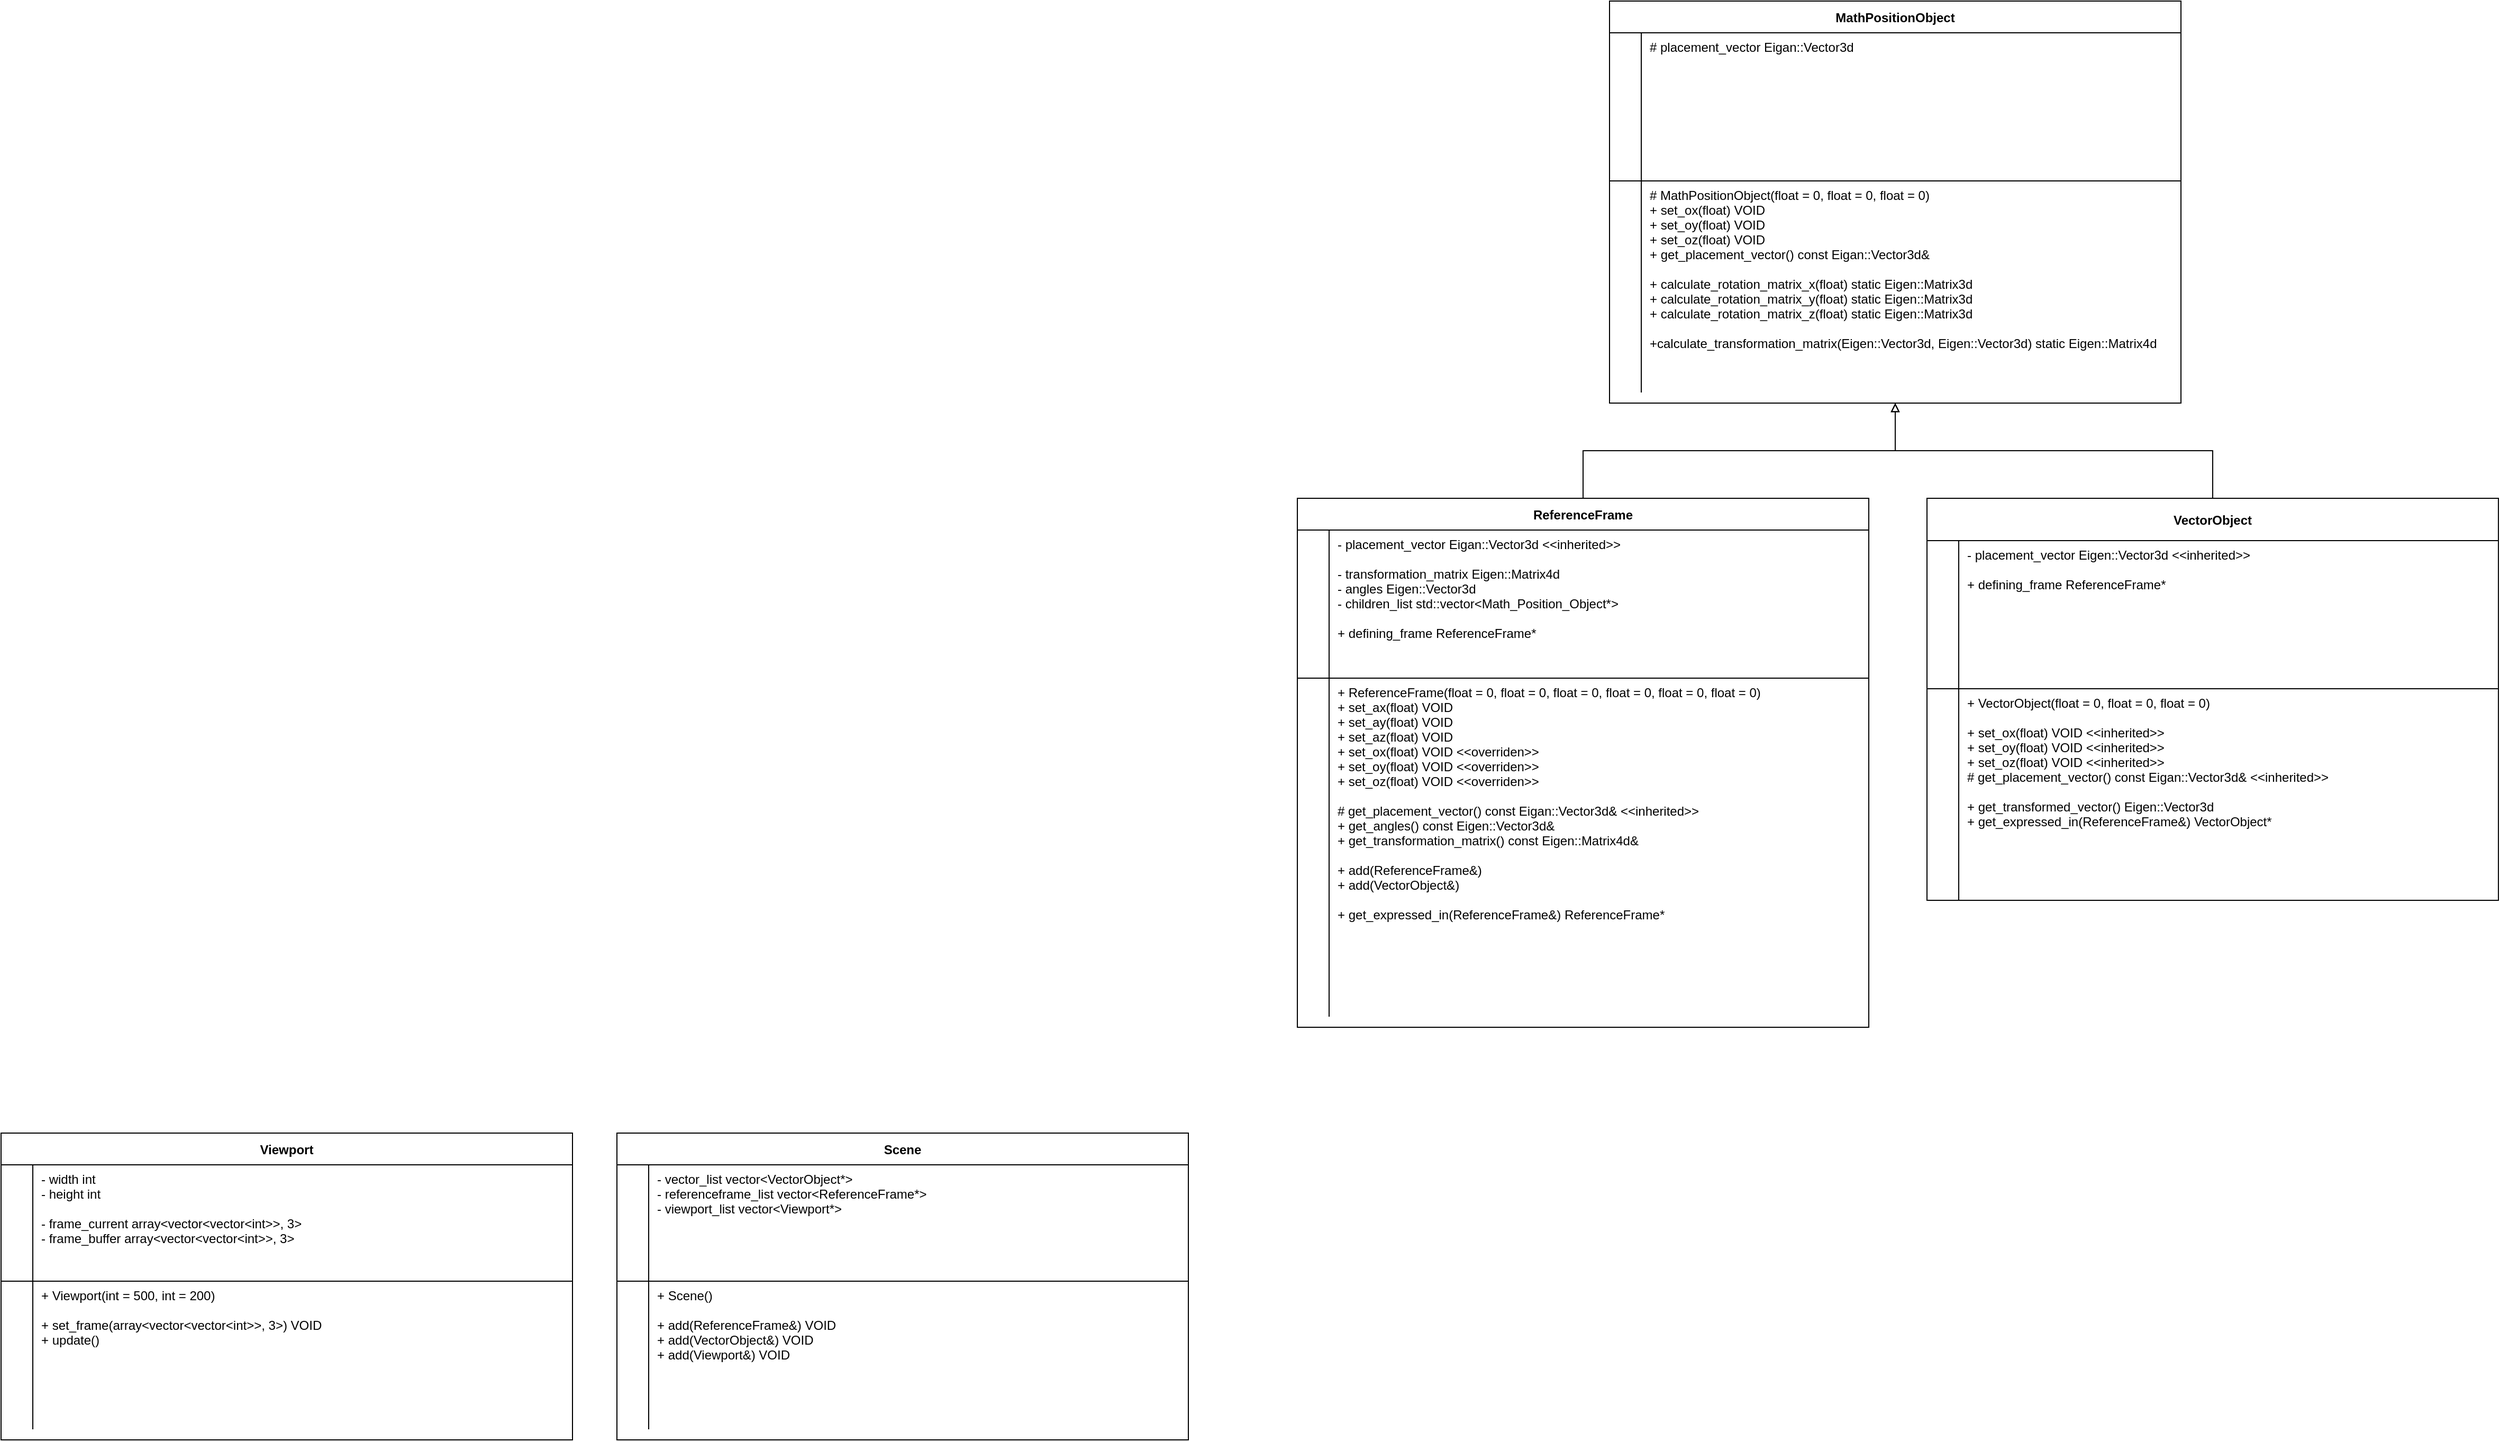
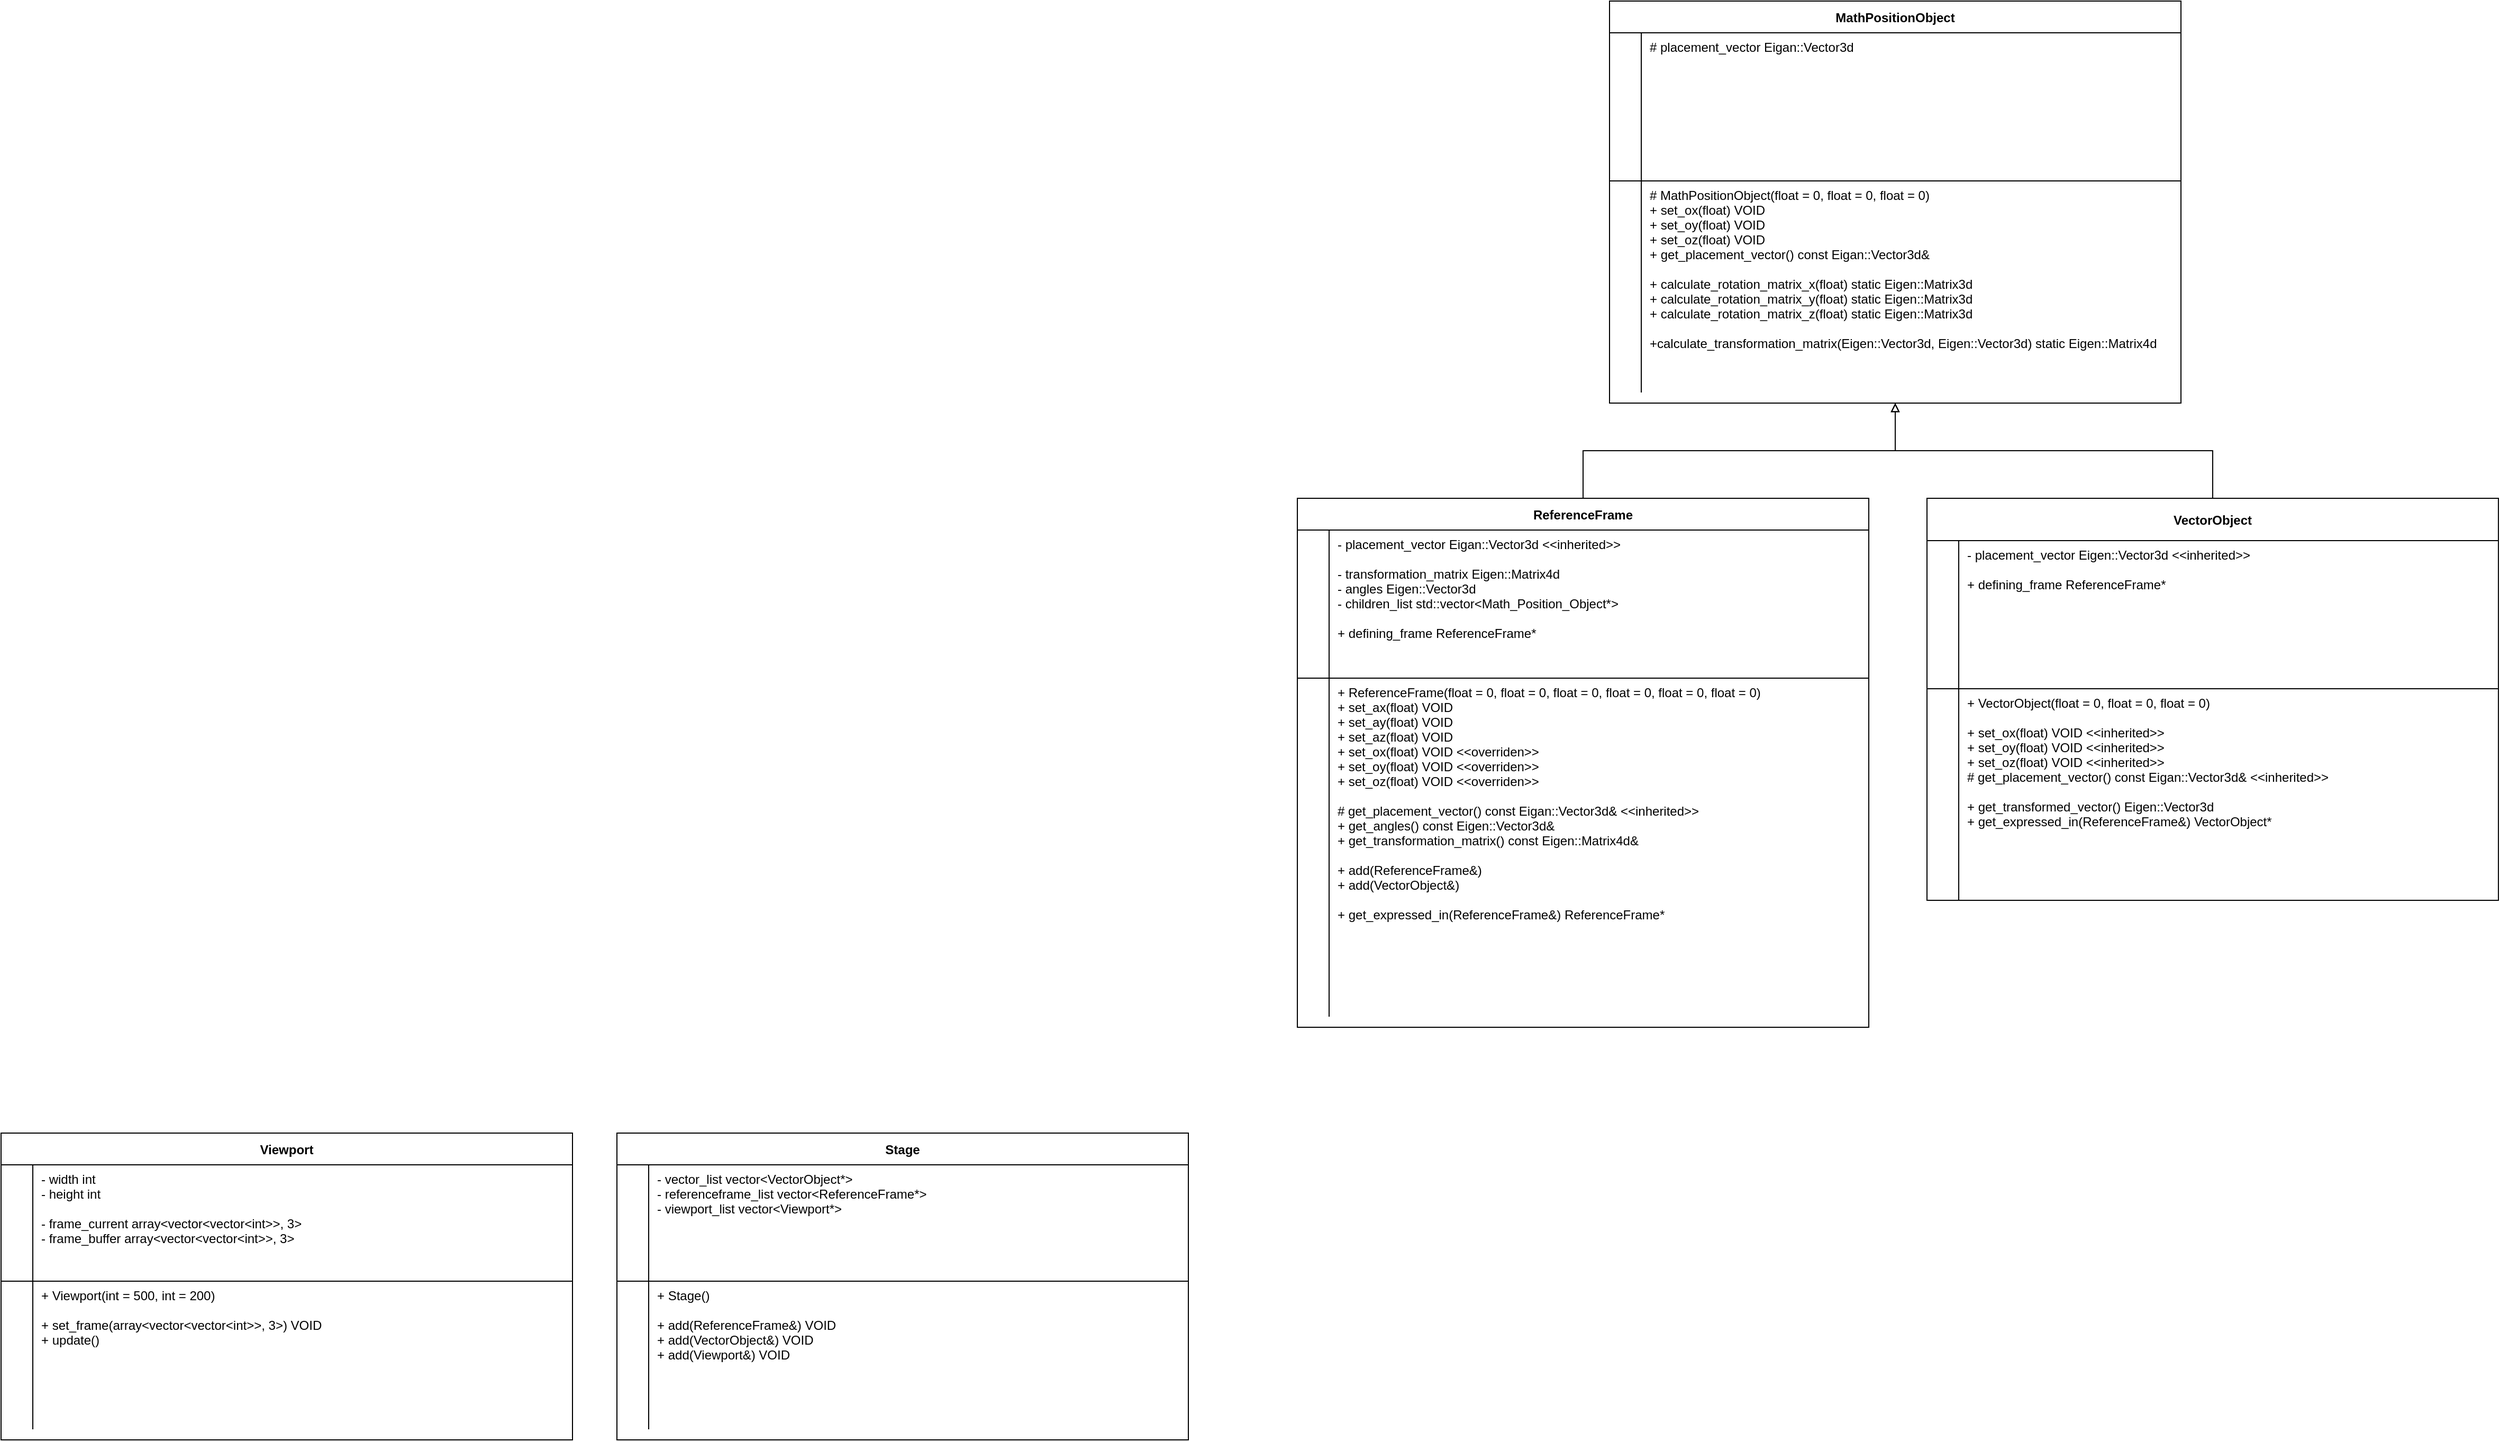
- <mxfile host="app.diagrams.net" modified="2024-07-12T13:08:44.133Z" agent="Mozilla/5.0 (Windows NT 10.0; Win64; x64) AppleWebKit/537.36 (KHTML, like Gecko) Chrome/126.0.0.0 Safari/537.36" version="24.6.4" etag="rnqgB9vRBvM5RmhBeCv0" type="github">
+ <mxfile host="app.diagrams.net" modified="2024-07-12T13:17:55.157Z" agent="Mozilla/5.0 (Windows NT 10.0; Win64; x64) AppleWebKit/537.36 (KHTML, like Gecko) Chrome/126.0.0.0 Safari/537.36" version="24.6.4" etag="ja4IhKB87yqS3VWQHMbq" type="github">
  <diagram id="R2lEEEUBdFMjLlhIrx00" name="Page-1">
-     <mxGraphModel dx="3003" dy="2405" grid="1" gridSize="10" guides="1" tooltips="1" connect="1" arrows="1" fold="1" page="1" pageScale="1" pageWidth="850" pageHeight="1100" math="0" shadow="0" extFonts="Permanent Marker^https://fonts.googleapis.com/css?family=Permanent+Marker">
+     <mxGraphModel dx="2313" dy="1714" grid="1" gridSize="10" guides="1" tooltips="1" connect="1" arrows="1" fold="1" page="1" pageScale="1" pageWidth="850" pageHeight="1100" math="0" shadow="0" extFonts="Permanent Marker^https://fonts.googleapis.com/css?family=Permanent+Marker">
      <root>
        <mxCell id="0" />
        <mxCell id="1" parent="0" />
        <mxCell id="okh86VpJrS4wdpOfNebr-22" style="edgeStyle=orthogonalEdgeStyle;rounded=0;orthogonalLoop=1;jettySize=auto;html=1;exitX=0.5;exitY=0;exitDx=0;exitDy=0;entryX=0.5;entryY=1;entryDx=0;entryDy=0;endArrow=block;endFill=0;" parent="1" source="C-vyLk0tnHw3VtMMgP7b-23" target="okh86VpJrS4wdpOfNebr-15" edge="1">
          <mxGeometry relative="1" as="geometry" />
        </mxCell>
        <mxCell id="C-vyLk0tnHw3VtMMgP7b-23" value="ReferenceFrame" style="shape=table;startSize=30;container=1;collapsible=1;childLayout=tableLayout;fixedRows=1;rowLines=0;fontStyle=1;align=center;resizeLast=1;" parent="1" vertex="1">
          <mxGeometry x="155" y="10" width="540" height="500" as="geometry">
            <mxRectangle x="20" y="120" width="140" height="30" as="alternateBounds" />
          </mxGeometry>
        </mxCell>
        <mxCell id="C-vyLk0tnHw3VtMMgP7b-24" value="" style="shape=partialRectangle;collapsible=0;dropTarget=0;pointerEvents=0;fillColor=none;points=[[0,0.5],[1,0.5]];portConstraint=eastwest;top=0;left=0;right=0;bottom=1;" parent="C-vyLk0tnHw3VtMMgP7b-23" vertex="1">
          <mxGeometry y="30" width="540" height="140" as="geometry" />
        </mxCell>
        <mxCell id="C-vyLk0tnHw3VtMMgP7b-25" value="" style="shape=partialRectangle;overflow=hidden;connectable=0;fillColor=none;top=0;left=0;bottom=0;right=0;fontStyle=1;" parent="C-vyLk0tnHw3VtMMgP7b-24" vertex="1">
          <mxGeometry width="30" height="140" as="geometry">
            <mxRectangle width="30" height="140" as="alternateBounds" />
          </mxGeometry>
        </mxCell>
        <mxCell id="C-vyLk0tnHw3VtMMgP7b-26" value="- placement_vector Eigan::Vector3d &lt;&lt;inherited&gt;&gt;&#xa;&#xa;- transformation_matrix Eigen::Matrix4d&#xa;- angles Eigen::Vector3d&#xa;- children_list std::vector&lt;Math_Position_Object*&gt;&#xa;&#xa;+ defining_frame ReferenceFrame*&#xa;" style="shape=partialRectangle;overflow=hidden;connectable=0;fillColor=none;top=0;left=0;bottom=0;right=0;align=left;spacingLeft=6;fontStyle=0;verticalAlign=top;" parent="C-vyLk0tnHw3VtMMgP7b-24" vertex="1">
          <mxGeometry x="30" width="510" height="140" as="geometry">
            <mxRectangle width="510" height="140" as="alternateBounds" />
          </mxGeometry>
        </mxCell>
        <mxCell id="C-vyLk0tnHw3VtMMgP7b-27" value="" style="shape=partialRectangle;collapsible=0;dropTarget=0;pointerEvents=0;fillColor=none;points=[[0,0.5],[1,0.5]];portConstraint=eastwest;top=0;left=0;right=0;bottom=0;" parent="C-vyLk0tnHw3VtMMgP7b-23" vertex="1">
          <mxGeometry y="170" width="540" height="320" as="geometry" />
        </mxCell>
        <mxCell id="C-vyLk0tnHw3VtMMgP7b-28" value="" style="shape=partialRectangle;overflow=hidden;connectable=0;fillColor=none;top=0;left=0;bottom=0;right=0;" parent="C-vyLk0tnHw3VtMMgP7b-27" vertex="1">
          <mxGeometry width="30" height="320" as="geometry">
            <mxRectangle width="30" height="320" as="alternateBounds" />
          </mxGeometry>
        </mxCell>
        <mxCell id="C-vyLk0tnHw3VtMMgP7b-29" value="+ ReferenceFrame(float = 0, float = 0, float = 0, float = 0, float = 0, float = 0)&#xa;+ set_ax(float) VOID&#xa;+ set_ay(float) VOID&#xa;+ set_az(float) VOID&#xa;+ set_ox(float) VOID &lt;&lt;overriden&gt;&gt;&#xa;+ set_oy(float) VOID &lt;&lt;overriden&gt;&gt;&#xa;+ set_oz(float) VOID &lt;&lt;overriden&gt;&gt;&#xa;&#xa;# get_placement_vector() const Eigan::Vector3d&amp; &lt;&lt;inherited&gt;&gt;&#xa;+ get_angles() const Eigen::Vector3d&amp;&#xa;+ get_transformation_matrix() const Eigen::Matrix4d&amp;&#xa;&#xa;+ add(ReferenceFrame&amp;)&#xa;+ add(VectorObject&amp;)&#xa;&#xa;+ get_expressed_in(ReferenceFrame&amp;) ReferenceFrame*&#xa;" style="shape=partialRectangle;overflow=hidden;connectable=0;fillColor=none;top=0;left=0;bottom=0;right=0;align=left;spacingLeft=6;verticalAlign=top;" parent="C-vyLk0tnHw3VtMMgP7b-27" vertex="1">
          <mxGeometry x="30" width="510" height="320" as="geometry">
            <mxRectangle width="510" height="320" as="alternateBounds" />
          </mxGeometry>
        </mxCell>
        <mxCell id="okh86VpJrS4wdpOfNebr-24" style="edgeStyle=orthogonalEdgeStyle;rounded=0;orthogonalLoop=1;jettySize=auto;html=1;entryX=0.5;entryY=1;entryDx=0;entryDy=0;endArrow=block;endFill=0;" parent="1" source="okh86VpJrS4wdpOfNebr-8" target="okh86VpJrS4wdpOfNebr-15" edge="1">
          <mxGeometry relative="1" as="geometry" />
        </mxCell>
        <mxCell id="okh86VpJrS4wdpOfNebr-8" value="VectorObject" style="shape=table;startSize=40;container=1;collapsible=1;childLayout=tableLayout;fixedRows=1;rowLines=0;fontStyle=1;align=center;resizeLast=1;" parent="1" vertex="1">
          <mxGeometry x="750" y="10" width="540" height="380" as="geometry">
            <mxRectangle x="20" y="120" width="140" height="30" as="alternateBounds" />
          </mxGeometry>
        </mxCell>
        <mxCell id="okh86VpJrS4wdpOfNebr-9" value="" style="shape=partialRectangle;collapsible=0;dropTarget=0;pointerEvents=0;fillColor=none;points=[[0,0.5],[1,0.5]];portConstraint=eastwest;top=0;left=0;right=0;bottom=1;" parent="okh86VpJrS4wdpOfNebr-8" vertex="1">
          <mxGeometry y="40" width="540" height="140" as="geometry" />
        </mxCell>
        <mxCell id="okh86VpJrS4wdpOfNebr-10" value="" style="shape=partialRectangle;overflow=hidden;connectable=0;fillColor=none;top=0;left=0;bottom=0;right=0;fontStyle=1;" parent="okh86VpJrS4wdpOfNebr-9" vertex="1">
          <mxGeometry width="30" height="140" as="geometry">
            <mxRectangle width="30" height="140" as="alternateBounds" />
          </mxGeometry>
        </mxCell>
        <mxCell id="okh86VpJrS4wdpOfNebr-11" value="- placement_vector Eigen::Vector3d &lt;&lt;inherited&gt;&gt;&#xa;&#xa;+ defining_frame ReferenceFrame*&#xa;" style="shape=partialRectangle;overflow=hidden;connectable=0;fillColor=none;top=0;left=0;bottom=0;right=0;align=left;spacingLeft=6;fontStyle=0;verticalAlign=top;" parent="okh86VpJrS4wdpOfNebr-9" vertex="1">
          <mxGeometry x="30" width="510" height="140" as="geometry">
            <mxRectangle width="510" height="140" as="alternateBounds" />
          </mxGeometry>
        </mxCell>
        <mxCell id="okh86VpJrS4wdpOfNebr-12" value="" style="shape=partialRectangle;collapsible=0;dropTarget=0;pointerEvents=0;fillColor=none;points=[[0,0.5],[1,0.5]];portConstraint=eastwest;top=0;left=0;right=0;bottom=0;" parent="okh86VpJrS4wdpOfNebr-8" vertex="1">
          <mxGeometry y="180" width="540" height="200" as="geometry" />
        </mxCell>
        <mxCell id="okh86VpJrS4wdpOfNebr-13" value="" style="shape=partialRectangle;overflow=hidden;connectable=0;fillColor=none;top=0;left=0;bottom=0;right=0;" parent="okh86VpJrS4wdpOfNebr-12" vertex="1">
          <mxGeometry width="30" height="200" as="geometry">
            <mxRectangle width="30" height="200" as="alternateBounds" />
          </mxGeometry>
        </mxCell>
        <mxCell id="okh86VpJrS4wdpOfNebr-14" value="+ VectorObject(float = 0, float = 0, float = 0)&#xa;&#xa;+ set_ox(float) VOID &lt;&lt;inherited&gt;&gt;&#xa;+ set_oy(float) VOID &lt;&lt;inherited&gt;&gt;&#xa;+ set_oz(float) VOID &lt;&lt;inherited&gt;&gt;&#xa;# get_placement_vector() const Eigan::Vector3d&amp; &lt;&lt;inherited&gt;&gt;&#xa;&#xa;+ get_transformed_vector() Eigen::Vector3d&#xa;+ get_expressed_in(ReferenceFrame&amp;) VectorObject*&#xa;" style="shape=partialRectangle;overflow=hidden;connectable=0;fillColor=none;top=0;left=0;bottom=0;right=0;align=left;spacingLeft=6;verticalAlign=top;" parent="okh86VpJrS4wdpOfNebr-12" vertex="1">
          <mxGeometry x="30" width="510" height="200" as="geometry">
            <mxRectangle width="510" height="200" as="alternateBounds" />
          </mxGeometry>
        </mxCell>
        <mxCell id="okh86VpJrS4wdpOfNebr-15" value="MathPositionObject" style="shape=table;startSize=30;container=1;collapsible=1;childLayout=tableLayout;fixedRows=1;rowLines=0;fontStyle=1;align=center;resizeLast=1;" parent="1" vertex="1">
          <mxGeometry x="450" y="-460" width="540" height="380" as="geometry">
            <mxRectangle x="20" y="120" width="140" height="30" as="alternateBounds" />
          </mxGeometry>
        </mxCell>
        <mxCell id="okh86VpJrS4wdpOfNebr-16" value="" style="shape=partialRectangle;collapsible=0;dropTarget=0;pointerEvents=0;fillColor=none;points=[[0,0.5],[1,0.5]];portConstraint=eastwest;top=0;left=0;right=0;bottom=1;" parent="okh86VpJrS4wdpOfNebr-15" vertex="1">
          <mxGeometry y="30" width="540" height="140" as="geometry" />
        </mxCell>
        <mxCell id="okh86VpJrS4wdpOfNebr-17" value="" style="shape=partialRectangle;overflow=hidden;connectable=0;fillColor=none;top=0;left=0;bottom=0;right=0;fontStyle=1;" parent="okh86VpJrS4wdpOfNebr-16" vertex="1">
          <mxGeometry width="30" height="140" as="geometry">
            <mxRectangle width="30" height="140" as="alternateBounds" />
          </mxGeometry>
        </mxCell>
        <mxCell id="okh86VpJrS4wdpOfNebr-18" value="# placement_vector Eigan::Vector3d" style="shape=partialRectangle;overflow=hidden;connectable=0;fillColor=none;top=0;left=0;bottom=0;right=0;align=left;spacingLeft=6;fontStyle=0;verticalAlign=top;" parent="okh86VpJrS4wdpOfNebr-16" vertex="1">
          <mxGeometry x="30" width="510" height="140" as="geometry">
            <mxRectangle width="510" height="140" as="alternateBounds" />
          </mxGeometry>
        </mxCell>
        <mxCell id="okh86VpJrS4wdpOfNebr-19" value="" style="shape=partialRectangle;collapsible=0;dropTarget=0;pointerEvents=0;fillColor=none;points=[[0,0.5],[1,0.5]];portConstraint=eastwest;top=0;left=0;right=0;bottom=0;" parent="okh86VpJrS4wdpOfNebr-15" vertex="1">
          <mxGeometry y="170" width="540" height="200" as="geometry" />
        </mxCell>
        <mxCell id="okh86VpJrS4wdpOfNebr-20" value="" style="shape=partialRectangle;overflow=hidden;connectable=0;fillColor=none;top=0;left=0;bottom=0;right=0;" parent="okh86VpJrS4wdpOfNebr-19" vertex="1">
          <mxGeometry width="30" height="200" as="geometry">
            <mxRectangle width="30" height="200" as="alternateBounds" />
          </mxGeometry>
        </mxCell>
        <mxCell id="okh86VpJrS4wdpOfNebr-21" value="# MathPositionObject(float = 0, float = 0, float = 0)&#xa;+ set_ox(float) VOID&#xa;+ set_oy(float) VOID&#xa;+ set_oz(float) VOID&#xa;+ get_placement_vector() const Eigan::Vector3d&amp;&#xa;&#xa;+ calculate_rotation_matrix_x(float) static Eigen::Matrix3d&#xa;+ calculate_rotation_matrix_y(float) static Eigen::Matrix3d&#xa;+ calculate_rotation_matrix_z(float) static Eigen::Matrix3d&#xa;&#xa;+calculate_transformation_matrix(Eigen::Vector3d, Eigen::Vector3d) static Eigen::Matrix4d" style="shape=partialRectangle;overflow=hidden;connectable=0;fillColor=none;top=0;left=0;bottom=0;right=0;align=left;spacingLeft=6;verticalAlign=top;" parent="okh86VpJrS4wdpOfNebr-19" vertex="1">
          <mxGeometry x="30" width="510" height="200" as="geometry">
            <mxRectangle width="510" height="200" as="alternateBounds" />
          </mxGeometry>
        </mxCell>
        <mxCell id="r-bQ3TE7wEd79o4w3r_l-1" value="Viewport" style="shape=table;startSize=30;container=1;collapsible=1;childLayout=tableLayout;fixedRows=1;rowLines=0;fontStyle=1;align=center;resizeLast=1;" vertex="1" parent="1">
          <mxGeometry x="-1070" y="610" width="540" height="290.0000000000002" as="geometry">
            <mxRectangle x="20" y="120" width="140" height="30" as="alternateBounds" />
          </mxGeometry>
        </mxCell>
        <mxCell id="r-bQ3TE7wEd79o4w3r_l-2" value="" style="shape=partialRectangle;collapsible=0;dropTarget=0;pointerEvents=0;fillColor=none;points=[[0,0.5],[1,0.5]];portConstraint=eastwest;top=0;left=0;right=0;bottom=1;" vertex="1" parent="r-bQ3TE7wEd79o4w3r_l-1">
          <mxGeometry y="30" width="540" height="110" as="geometry" />
        </mxCell>
        <mxCell id="r-bQ3TE7wEd79o4w3r_l-3" value="" style="shape=partialRectangle;overflow=hidden;connectable=0;fillColor=none;top=0;left=0;bottom=0;right=0;fontStyle=1;" vertex="1" parent="r-bQ3TE7wEd79o4w3r_l-2">
          <mxGeometry width="30" height="110" as="geometry">
            <mxRectangle width="30" height="110" as="alternateBounds" />
          </mxGeometry>
        </mxCell>
        <mxCell id="r-bQ3TE7wEd79o4w3r_l-4" value="- width int&#xa;- height int&#xa;&#xa;- frame_current array&lt;vector&lt;vector&lt;int&gt;&gt;, 3&gt;&#xa;- frame_buffer array&lt;vector&lt;vector&lt;int&gt;&gt;, 3&gt;" style="shape=partialRectangle;overflow=hidden;connectable=0;fillColor=none;top=0;left=0;bottom=0;right=0;align=left;spacingLeft=6;fontStyle=0;verticalAlign=top;" vertex="1" parent="r-bQ3TE7wEd79o4w3r_l-2">
          <mxGeometry x="30" width="510" height="110" as="geometry">
            <mxRectangle width="510" height="110" as="alternateBounds" />
          </mxGeometry>
        </mxCell>
        <mxCell id="r-bQ3TE7wEd79o4w3r_l-5" value="" style="shape=partialRectangle;collapsible=0;dropTarget=0;pointerEvents=0;fillColor=none;points=[[0,0.5],[1,0.5]];portConstraint=eastwest;top=0;left=0;right=0;bottom=0;" vertex="1" parent="r-bQ3TE7wEd79o4w3r_l-1">
          <mxGeometry y="140" width="540" height="140" as="geometry" />
        </mxCell>
        <mxCell id="r-bQ3TE7wEd79o4w3r_l-6" value="" style="shape=partialRectangle;overflow=hidden;connectable=0;fillColor=none;top=0;left=0;bottom=0;right=0;" vertex="1" parent="r-bQ3TE7wEd79o4w3r_l-5">
          <mxGeometry width="30" height="140" as="geometry">
            <mxRectangle width="30" height="140" as="alternateBounds" />
          </mxGeometry>
        </mxCell>
        <mxCell id="r-bQ3TE7wEd79o4w3r_l-7" value="+ Viewport(int = 500, int = 200)&#xa;&#xa;+ set_frame(array&lt;vector&lt;vector&lt;int&gt;&gt;, 3&gt;) VOID&#xa;+ update()&#xa;&#xa;" style="shape=partialRectangle;overflow=hidden;connectable=0;fillColor=none;top=0;left=0;bottom=0;right=0;align=left;spacingLeft=6;verticalAlign=top;" vertex="1" parent="r-bQ3TE7wEd79o4w3r_l-5">
          <mxGeometry x="30" width="510" height="140" as="geometry">
            <mxRectangle width="510" height="140" as="alternateBounds" />
          </mxGeometry>
        </mxCell>
-         <mxCell id="r-bQ3TE7wEd79o4w3r_l-8" value="Scene" style="shape=table;startSize=30;container=1;collapsible=1;childLayout=tableLayout;fixedRows=1;rowLines=0;fontStyle=1;align=center;resizeLast=1;" vertex="1" parent="1">
+         <mxCell id="r-bQ3TE7wEd79o4w3r_l-8" value="Stage" style="shape=table;startSize=30;container=1;collapsible=1;childLayout=tableLayout;fixedRows=1;rowLines=0;fontStyle=1;align=center;resizeLast=1;" vertex="1" parent="1">
          <mxGeometry x="-488" y="610" width="540" height="290.0000000000002" as="geometry">
            <mxRectangle x="20" y="120" width="140" height="30" as="alternateBounds" />
          </mxGeometry>
        </mxCell>
        <mxCell id="r-bQ3TE7wEd79o4w3r_l-9" value="" style="shape=partialRectangle;collapsible=0;dropTarget=0;pointerEvents=0;fillColor=none;points=[[0,0.5],[1,0.5]];portConstraint=eastwest;top=0;left=0;right=0;bottom=1;" vertex="1" parent="r-bQ3TE7wEd79o4w3r_l-8">
          <mxGeometry y="30" width="540" height="110" as="geometry" />
        </mxCell>
        <mxCell id="r-bQ3TE7wEd79o4w3r_l-10" value="" style="shape=partialRectangle;overflow=hidden;connectable=0;fillColor=none;top=0;left=0;bottom=0;right=0;fontStyle=1;" vertex="1" parent="r-bQ3TE7wEd79o4w3r_l-9">
          <mxGeometry width="30" height="110" as="geometry">
            <mxRectangle width="30" height="110" as="alternateBounds" />
          </mxGeometry>
        </mxCell>
        <mxCell id="r-bQ3TE7wEd79o4w3r_l-11" value="- vector_list vector&lt;VectorObject*&gt;&#xa;- referenceframe_list vector&lt;ReferenceFrame*&gt;&#xa;- viewport_list vector&lt;Viewport*&gt;" style="shape=partialRectangle;overflow=hidden;connectable=0;fillColor=none;top=0;left=0;bottom=0;right=0;align=left;spacingLeft=6;fontStyle=0;verticalAlign=top;" vertex="1" parent="r-bQ3TE7wEd79o4w3r_l-9">
          <mxGeometry x="30" width="510" height="110" as="geometry">
            <mxRectangle width="510" height="110" as="alternateBounds" />
          </mxGeometry>
        </mxCell>
        <mxCell id="r-bQ3TE7wEd79o4w3r_l-12" value="" style="shape=partialRectangle;collapsible=0;dropTarget=0;pointerEvents=0;fillColor=none;points=[[0,0.5],[1,0.5]];portConstraint=eastwest;top=0;left=0;right=0;bottom=0;" vertex="1" parent="r-bQ3TE7wEd79o4w3r_l-8">
          <mxGeometry y="140" width="540" height="140" as="geometry" />
        </mxCell>
        <mxCell id="r-bQ3TE7wEd79o4w3r_l-13" value="" style="shape=partialRectangle;overflow=hidden;connectable=0;fillColor=none;top=0;left=0;bottom=0;right=0;" vertex="1" parent="r-bQ3TE7wEd79o4w3r_l-12">
          <mxGeometry width="30" height="140" as="geometry">
            <mxRectangle width="30" height="140" as="alternateBounds" />
          </mxGeometry>
        </mxCell>
-         <mxCell id="r-bQ3TE7wEd79o4w3r_l-14" value="+ Scene()&#xa;&#xa;+ add(ReferenceFrame&amp;) VOID&#xa;+ add(VectorObject&amp;) VOID&#xa;+ add(Viewport&amp;) VOID&#xa;" style="shape=partialRectangle;overflow=hidden;connectable=0;fillColor=none;top=0;left=0;bottom=0;right=0;align=left;spacingLeft=6;verticalAlign=top;" vertex="1" parent="r-bQ3TE7wEd79o4w3r_l-12">
+         <mxCell id="r-bQ3TE7wEd79o4w3r_l-14" value="+ Stage()&#xa;&#xa;+ add(ReferenceFrame&amp;) VOID&#xa;+ add(VectorObject&amp;) VOID&#xa;+ add(Viewport&amp;) VOID&#xa;" style="shape=partialRectangle;overflow=hidden;connectable=0;fillColor=none;top=0;left=0;bottom=0;right=0;align=left;spacingLeft=6;verticalAlign=top;" vertex="1" parent="r-bQ3TE7wEd79o4w3r_l-12">
          <mxGeometry x="30" width="510" height="140" as="geometry">
            <mxRectangle width="510" height="140" as="alternateBounds" />
          </mxGeometry>
        </mxCell>
      </root>
    </mxGraphModel>
  </diagram>
</mxfile>
